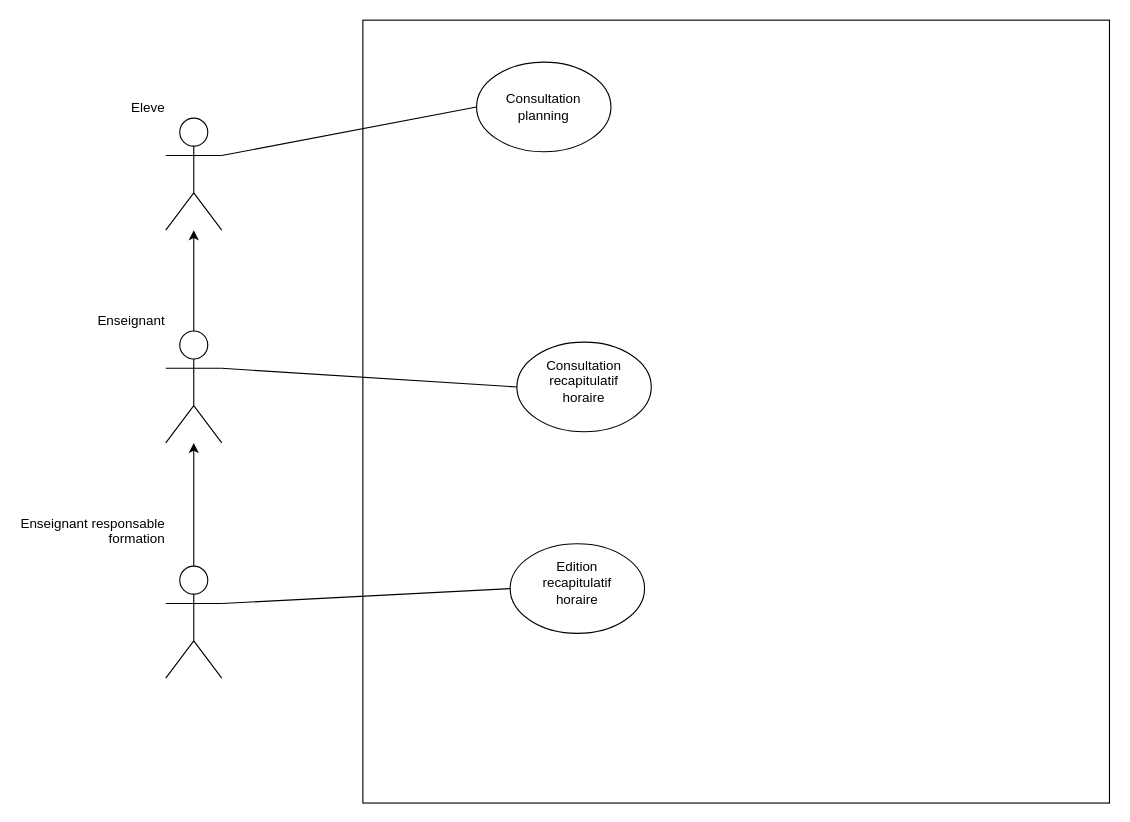
The draw.io diagram Untitled Diagram.drawio in evzs/OOP, before the edit. Source tidied: cells renumbered, new cells numbered last; positions are measured from the earlier drawing's top-left corner, leaving out a move shared by most shapes. Both pictures are drawn from the tidied source at 112%, with x=0, y=0 at pixel (165, 38).
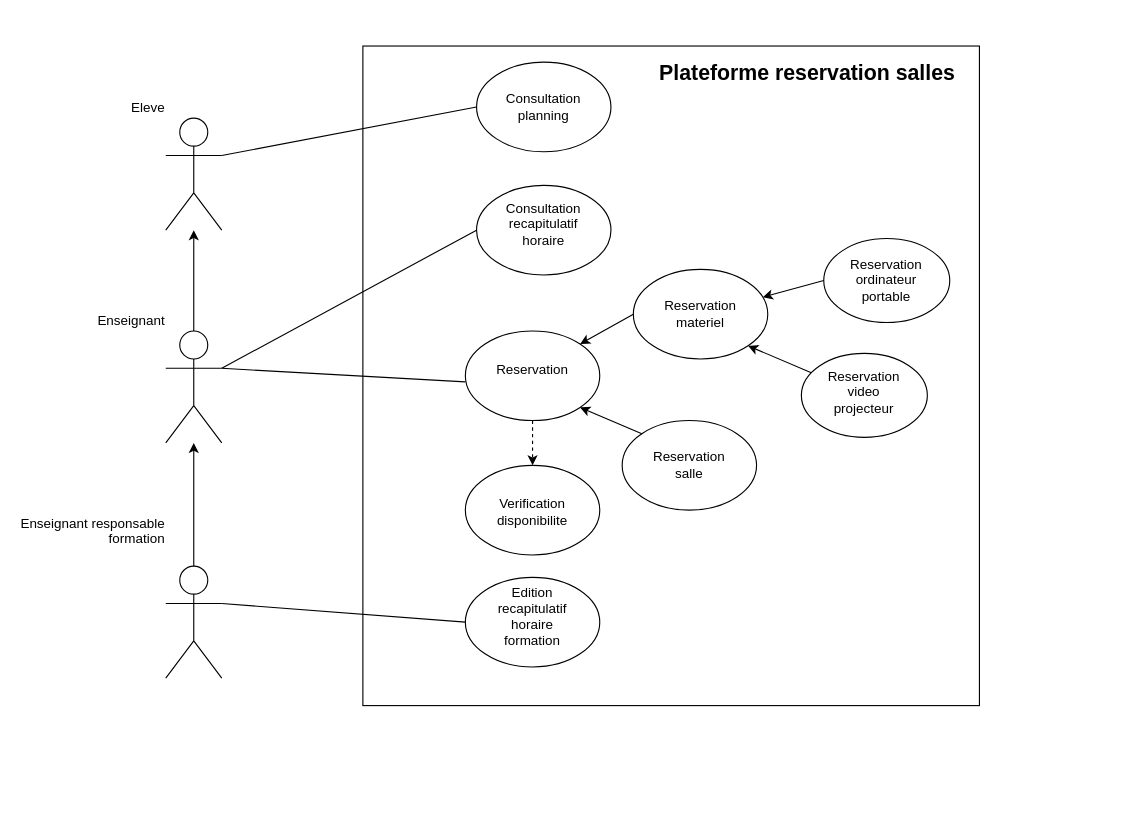
The same diagram, later.

Unchanged cells that the change refers to:
```xml
<mxCell id="8" value="Enseignant" style="shape=umlActor;verticalLabelPosition=top;verticalAlign=bottom;html=1;outlineConnect=0;fontFamily=Helvetica;labelPosition=left;align=right;" parent="1" vertex="1">
  <mxGeometry x="0.5" y="261" width="50" height="100" as="geometry" />
</mxCell>
```

Diff of the diagram source:
```diff
@@
     <mxCell id="6" style="rounded=0;whiteSpace=wrap;html=1;fontFamily=Helvetica;rotation=90;" parent="1" vertex="1">
-      <mxGeometry x="160.3" y="-0.3" width="699" height="666.6" as="geometry" />
+      <mxGeometry x="157.3" y="25.8" width="588.9" height="550.5" as="geometry" />
     </mxCell>
@@
     <mxCell id="12" style="ellipse;whiteSpace=wrap;html=1;fontFamily=Helvetica;" parent="1" vertex="1">
-      <mxGeometry x="308" y="451" width="120" height="80" as="geometry" />
+      <mxGeometry x="268" y="481" width="120" height="80" as="geometry" />
     </mxCell>
-    <mxCell id="13" value="Edition recapitulatif horaire" style="text;html=1;strokeColor=none;fillColor=none;align=center;verticalAlign=middle;whiteSpace=wrap;rounded=0;fontFamily=Helvetica;" parent="1" vertex="1">
-      <mxGeometry x="338" y="471" width="60" height="30" as="geometry" />
+    <mxCell id="13" value="Edition recapitulatif horaire formation" style="text;html=1;strokeColor=none;fillColor=none;align=center;verticalAlign=middle;whiteSpace=wrap;rounded=0;fontFamily=Helvetica;" parent="1" vertex="1">
+      <mxGeometry x="298" y="501" width="60" height="30" as="geometry" />
     </mxCell>
@@
     <mxCell id="15" style="ellipse;whiteSpace=wrap;html=1;fontFamily=Helvetica;" parent="1" vertex="1">
-      <mxGeometry x="314" y="271" width="120" height="80" as="geometry" />
+      <mxGeometry x="278" y="131" width="120" height="80" as="geometry" />
     </mxCell>
     <mxCell id="16" value="Consultation recapitulatif horaire" style="text;html=1;strokeColor=none;fillColor=none;align=center;verticalAlign=middle;whiteSpace=wrap;rounded=0;fontFamily=Helvetica;" parent="1" vertex="1">
-      <mxGeometry x="344" y="291" width="60" height="30" as="geometry" />
+      <mxGeometry x="308" y="151" width="60" height="30" as="geometry" />
     </mxCell>
@@
+    <mxCell id="18" style="ellipse;whiteSpace=wrap;html=1;fontFamily=Helvetica;" parent="1" vertex="1">
+      <mxGeometry x="268" y="261" width="120" height="80" as="geometry" />
+    </mxCell>
+    <mxCell id="19" value="Reservation" style="text;html=1;strokeColor=none;fillColor=none;align=center;verticalAlign=middle;whiteSpace=wrap;rounded=0;fontFamily=Helvetica;" parent="1" vertex="1">
+      <mxGeometry x="298" y="281" width="60" height="30" as="geometry" />
+    </mxCell>
+    <mxCell id="20" style="endArrow=none;html=1;rounded=0;strokeColor=default;fontFamily=Helvetica;entryX=0;entryY=0.568;entryDx=0;entryDy=0;entryPerimeter=0;exitX=1;exitY=0.3333333333333333;exitDx=0;exitDy=0;exitPerimeter=0;" parent="1" edge="1" source="8" target="18">
+      <mxGeometry relative="1" as="geometry" />
+    </mxCell>
+    <mxCell id="21" style="ellipse;whiteSpace=wrap;html=1;fontFamily=Helvetica;" parent="1" vertex="1">
+      <mxGeometry x="408" y="341" width="120" height="80" as="geometry" />
+    </mxCell>
+    <mxCell id="22" style="ellipse;whiteSpace=wrap;html=1;fontFamily=Helvetica;" parent="1" vertex="1">
+      <mxGeometry x="418" y="206" width="120" height="80" as="geometry" />
+    </mxCell>
+    <mxCell id="23" value="Reservation materiel" style="text;html=1;strokeColor=none;fillColor=none;align=center;verticalAlign=middle;whiteSpace=wrap;rounded=0;fontFamily=Helvetica;" parent="1" vertex="1">
+      <mxGeometry x="448" y="231" width="60" height="30" as="geometry" />
+    </mxCell>
+    <mxCell id="24" value="Reservation salle" style="text;html=1;strokeColor=none;fillColor=none;align=center;verticalAlign=middle;whiteSpace=wrap;rounded=0;fontFamily=Helvetica;" parent="1" vertex="1">
+      <mxGeometry x="438" y="366" width="60" height="30" as="geometry" />
+    </mxCell>
+    <mxCell id="25" style="ellipse;whiteSpace=wrap;html=1;fontFamily=Helvetica;" parent="1" vertex="1">
+      <mxGeometry x="268" y="381" width="120" height="80" as="geometry" />
+    </mxCell>
+    <mxCell id="26" value="Verification disponibilite" style="text;html=1;strokeColor=none;fillColor=none;align=center;verticalAlign=middle;whiteSpace=wrap;rounded=0;fontFamily=Helvetica;" parent="1" vertex="1">
+      <mxGeometry x="298" y="408" width="60" height="30" as="geometry" />
+    </mxCell>
+    <mxCell id="27" style="html=1;labelBackgroundColor=#ffffff;startArrow=none;startFill=0;startSize=6;endArrow=classic;endFill=1;endSize=6;jettySize=auto;strokeWidth=1;dashed=1;fontSize=14;rounded=0;strokeColor=default;fontFamily=Helvetica;entryX=0.5;entryY=0;entryDx=0;entryDy=0;exitX=0.5;exitY=1;exitDx=0;exitDy=0;" parent="1" edge="1" source="18" target="25">
+      <mxGeometry relative="1" as="geometry" />
+    </mxCell>
+    <mxCell id="28" style="ellipse;whiteSpace=wrap;html=1;fontFamily=Helvetica;" parent="1" vertex="1">
+      <mxGeometry x="588" y="178.5" width="112.5" height="75" as="geometry" />
+    </mxCell>
+    <mxCell id="29" value="Reservation ordinateur portable" style="text;html=1;strokeColor=none;fillColor=none;align=center;verticalAlign=middle;whiteSpace=wrap;rounded=0;fontFamily=Helvetica;" parent="1" vertex="1">
+      <mxGeometry x="624.2" y="206" width="40" height="20" as="geometry" />
+    </mxCell>
+    <mxCell id="30" style="ellipse;whiteSpace=wrap;html=1;fontFamily=Helvetica;" parent="1" vertex="1">
+      <mxGeometry x="568" y="281" width="112.5" height="75" as="geometry" />
+    </mxCell>
+    <mxCell id="31" value="Reservation video projecteur" style="text;html=1;strokeColor=none;fillColor=none;align=center;verticalAlign=middle;whiteSpace=wrap;rounded=0;fontFamily=Helvetica;" parent="1" vertex="1">
+      <mxGeometry x="604.2" y="306" width="40" height="20" as="geometry" />
+    </mxCell>
+    <mxCell id="32" style="endArrow=classic;html=1;rounded=0;strokeColor=default;fontFamily=Helvetica;entryX=1;entryY=1;entryDx=0;entryDy=0;" parent="1" edge="1" source="30" target="22">
+      <mxGeometry relative="1" as="geometry" />
+    </mxCell>
+    <mxCell id="33" style="endArrow=classic;html=1;rounded=0;strokeColor=default;fontFamily=Helvetica;exitX=0;exitY=0.5;exitDx=0;exitDy=0;" parent="1" edge="1" source="28" target="22">
+      <mxGeometry relative="1" as="geometry" />
+    </mxCell>
+    <mxCell id="34" style="endArrow=classic;html=1;rounded=0;strokeColor=default;fontFamily=Helvetica;entryX=1;entryY=0;entryDx=0;entryDy=0;exitX=0;exitY=0.5;exitDx=0;exitDy=0;" parent="1" edge="1" source="22" target="18">
+      <mxGeometry relative="1" as="geometry" />
+    </mxCell>
+    <mxCell id="35" style="endArrow=classic;html=1;rounded=0;strokeColor=default;fontFamily=Helvetica;entryX=1;entryY=1;entryDx=0;entryDy=0;exitX=0;exitY=0;exitDx=0;exitDy=0;" parent="1" edge="1" source="21" target="18">
+      <mxGeometry relative="1" as="geometry" />
+    </mxCell>
+    <mxCell id="36" value="Plateforme reservation salles" style="text;strokeColor=none;fillColor=none;html=1;fontSize=19;fontStyle=1;verticalAlign=middle;align=center;fontFamily=Helvetica;" parent="1" vertex="1">
+      <mxGeometry x="488" y="11" width="170" height="40" as="geometry" />
+    </mxCell>
```
